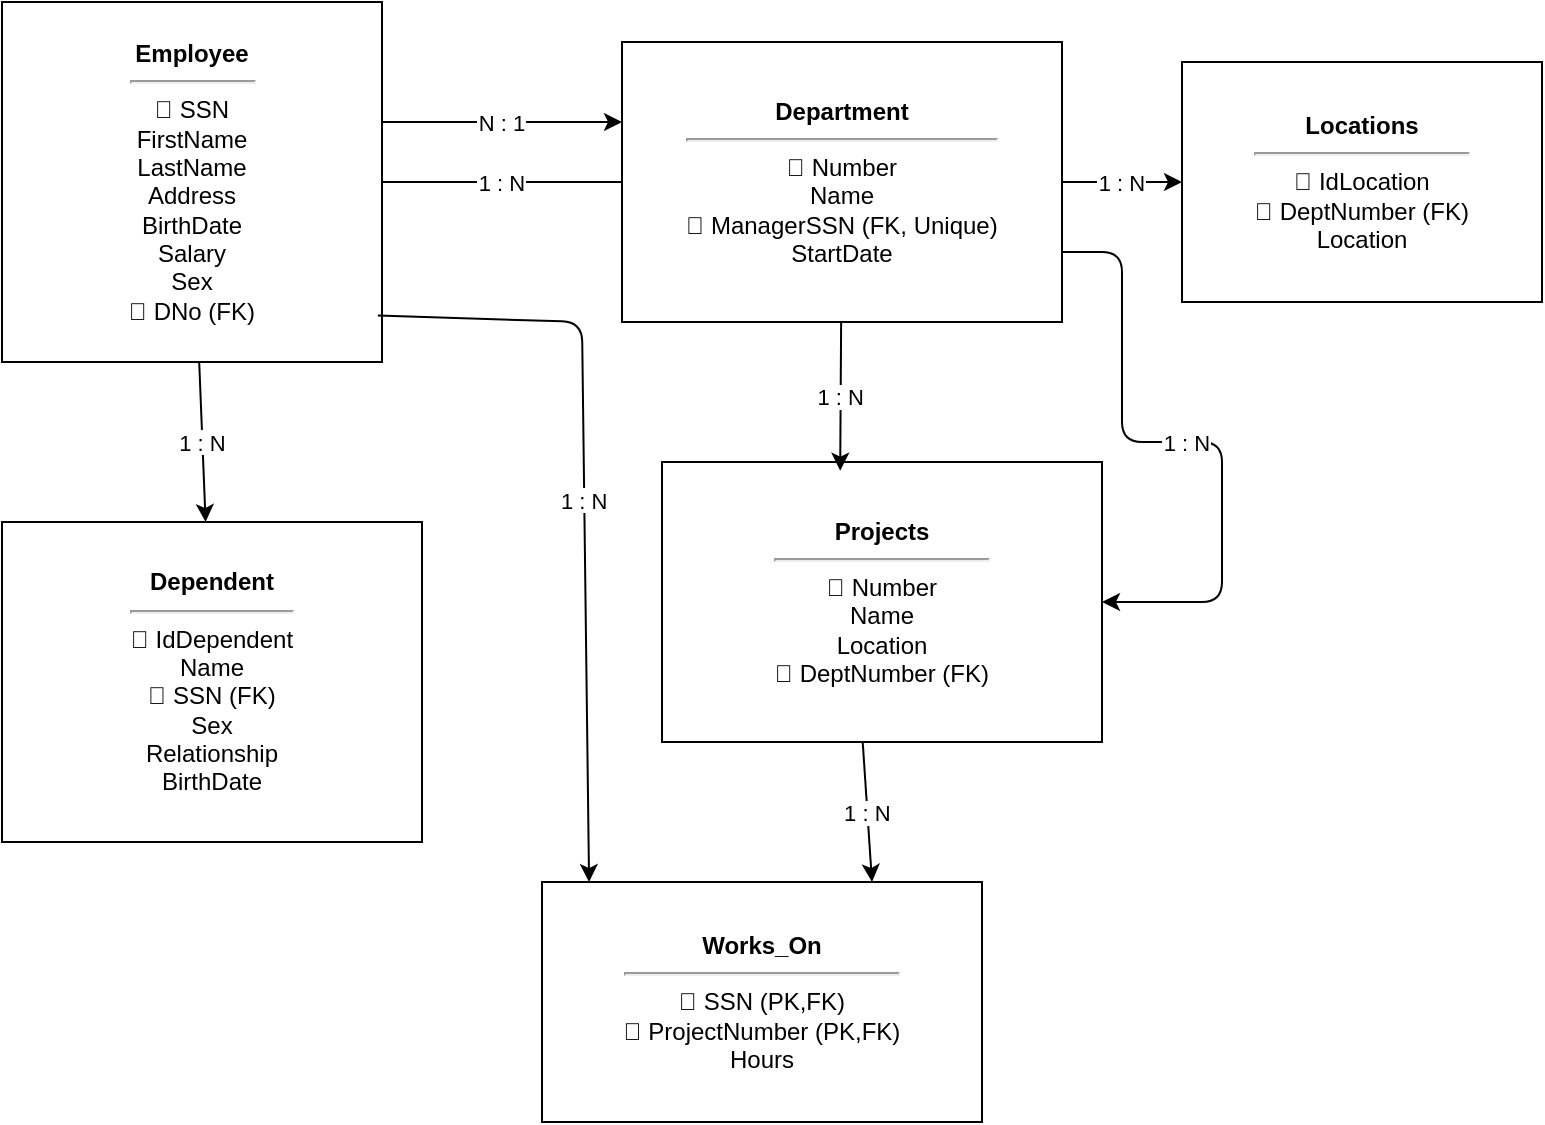
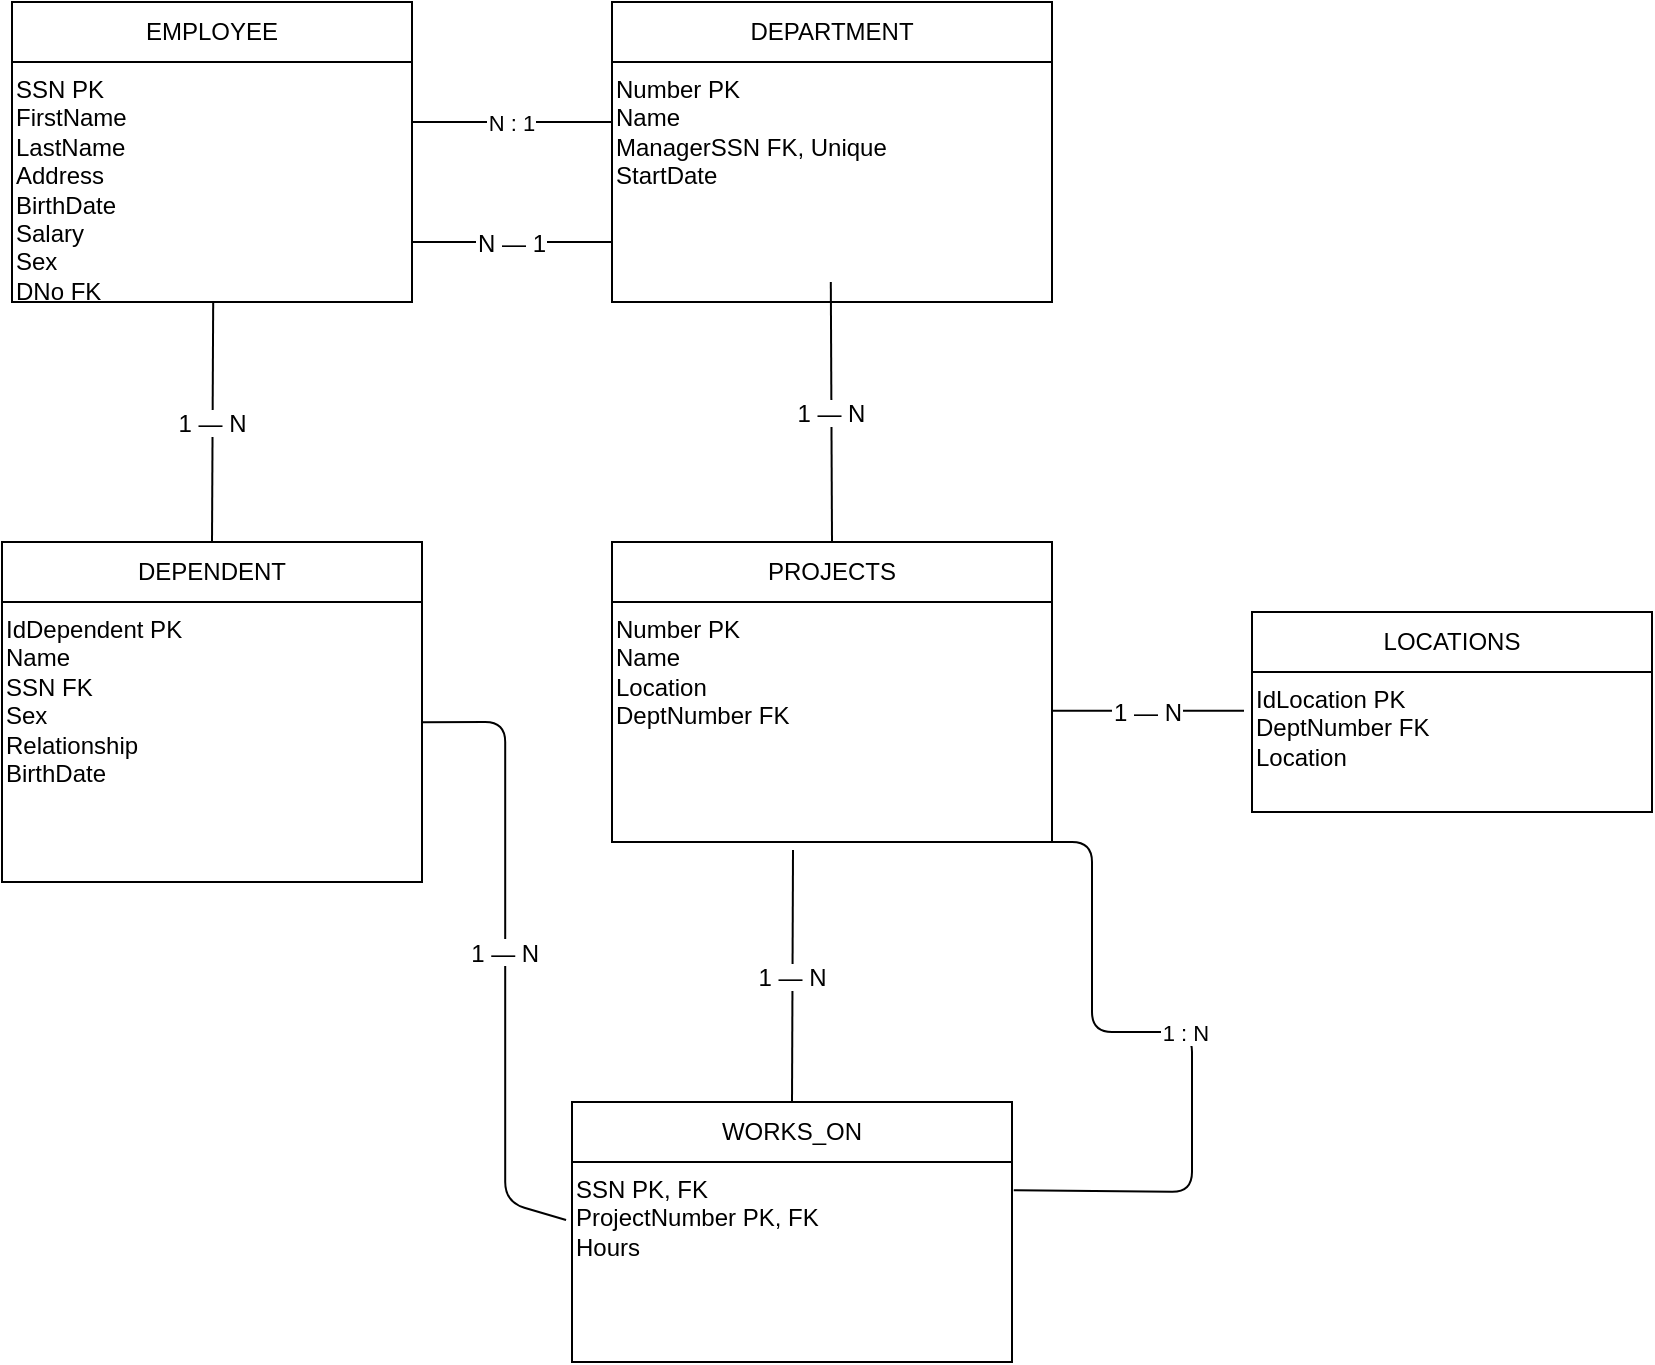
<mxfile host="Electron">
  <diagram name="5R Empresa" id="0">
-     <mxGraphModel dx="1030" dy="722" grid="1" gridSize="10" guides="1" tooltips="1" connect="1" arrows="1" fold="1" page="1" pageScale="1" pageWidth="827" pageHeight="1169" math="0" shadow="0">
+     <mxGraphModel dx="2060" dy="1512" grid="1" gridSize="10" guides="1" tooltips="1" connect="1" arrows="1" fold="1" page="1" pageScale="1" pageWidth="827" pageHeight="1169" math="0" shadow="0">
      <root>
        <mxCell id="0" />
        <mxCell id="1" parent="0" />
-         <mxCell id="emp" parent="1" style="rounded=0;whiteSpace=wrap;html=1;" value="&lt;b&gt;Employee&lt;/b&gt;&lt;hr/&gt;🔑 SSN&lt;br/&gt;FirstName&lt;br/&gt;LastName&lt;br/&gt;Address&lt;br/&gt;BirthDate&lt;br/&gt;Salary&lt;br/&gt;Sex&lt;br/&gt;🔗 DNo (FK)" vertex="1">
-           <mxGeometry height="180" width="190" x="30" y="20" as="geometry" />
+         <mxCell id="QYIC4zYtXjJCjguMYyIS-43" edge="1" parent="1" style="endArrow=none;fontSize=12;" value="1 — N">
+           <mxGeometry relative="1" as="geometry">
+             <mxPoint x="570.0000000000001" y="454.40999999999974" as="sourcePoint" />
+             <mxPoint x="666.0000000000001" y="454.40999999999974" as="targetPoint" />
+           </mxGeometry>
        </mxCell>
-         <mxCell id="dep" parent="1" style="rounded=0;whiteSpace=wrap;html=1;" value="&lt;b&gt;Department&lt;/b&gt;&lt;hr/&gt;🔑 Number&lt;br/&gt;Name&lt;br/&gt;🔗 ManagerSSN (FK, Unique)&lt;br/&gt;StartDate" vertex="1">
-           <mxGeometry height="140" width="220" x="340" y="40" as="geometry" />
+         <mxCell id="QYIC4zYtXjJCjguMYyIS-45" edge="1" parent="1" style="endArrow=none;fontSize=12;entryX=0.5;entryY=0;entryDx=0;entryDy=0;" target="XGoyY2ey9NcbBl4tZxTY-3" value="1 — N">
+           <mxGeometry relative="1" as="geometry">
+             <mxPoint x="150.59714285714315" y="250" as="sourcePoint" />
+             <mxPoint x="149.1685714285716" y="330" as="targetPoint" />
+           </mxGeometry>
        </mxCell>
-         <mxCell id="loc" parent="1" style="rounded=0;whiteSpace=wrap;html=1;" value="&lt;b&gt;Locations&lt;/b&gt;&lt;hr/&gt;🔑 IdLocation&lt;br/&gt;🔗 DeptNumber (FK)&lt;br/&gt;Location" vertex="1">
-           <mxGeometry height="120" width="180" x="620" y="50" as="geometry" />
-         </mxCell>
-         <mxCell id="proj" parent="1" style="rounded=0;whiteSpace=wrap;html=1;" value="&lt;b&gt;Projects&lt;/b&gt;&lt;hr/&gt;🔑 Number&lt;br/&gt;Name&lt;br/&gt;Location&lt;br/&gt;🔗 DeptNumber (FK)" vertex="1">
-           <mxGeometry height="140" width="220" x="360" y="250" as="geometry" />
-         </mxCell>
-         <mxCell id="depen" parent="1" style="rounded=0;whiteSpace=wrap;html=1;" value="&lt;b&gt;Dependent&lt;/b&gt;&lt;hr/&gt;🔑 IdDependent&lt;br/&gt;Name&lt;br/&gt;🔗 SSN (FK)&lt;br/&gt;Sex&lt;br/&gt;Relationship&lt;br/&gt;BirthDate" vertex="1">
-           <mxGeometry height="160" width="210" x="30" y="280" as="geometry" />
-         </mxCell>
-         <mxCell id="works" parent="1" style="rounded=0;whiteSpace=wrap;html=1;" value="&lt;b&gt;Works_On&lt;/b&gt;&lt;hr/&gt;🔗 SSN (PK,FK)&lt;br/&gt;🔗 ProjectNumber (PK,FK)&lt;br/&gt;Hours" vertex="1">
-           <mxGeometry height="120" width="220" x="300" y="460" as="geometry" />
-         </mxCell>
-         <mxCell id="e1" edge="1" parent="1" source="emp" style="shape=wire;dashed=1;endArrow=none;endFill=0;" target="dep" value="1 : N">
-           <mxGeometry relative="1" as="geometry" />
-         </mxCell>
-         <mxCell id="e2" edge="1" parent="1" source="dep" target="loc" value="1 : N">
-           <mxGeometry relative="1" as="geometry" />
-         </mxCell>
-         <mxCell id="e3" edge="1" parent="1" source="dep" style="entryX=0.405;entryY=0.031;entryDx=0;entryDy=0;entryPerimeter=0;" target="proj" value="1 : N">
-           <mxGeometry relative="1" as="geometry" />
-         </mxCell>
-         <mxCell id="e4" edge="1" parent="1" source="emp" target="depen" value="1 : N">
-           <mxGeometry relative="1" as="geometry" />
-         </mxCell>
-         <mxCell id="e5" edge="1" parent="1" source="emp" style="entryX=0.107;entryY=0;entryDx=0;entryDy=0;exitX=0.989;exitY=0.871;exitDx=0;exitDy=0;entryPerimeter=0;exitPerimeter=0;" target="works" value="1 : N">
+         <mxCell id="QYIC4zYtXjJCjguMYyIS-48" edge="1" parent="1" style="exitX=1;exitY=0.75;exitDx=0;exitDy=0;endArrow=none;endFill=0;entryX=1.004;entryY=0.141;entryDx=0;entryDy=0;entryPerimeter=0;" target="XGoyY2ey9NcbBl4tZxTY-15" value="1 : N">
          <mxGeometry relative="1" as="geometry">
            <Array as="points">
-               <mxPoint x="320" y="180" />
+               <mxPoint x="590.0000000000001" y="520" />
+               <mxPoint x="590.0000000000001" y="585" />
+               <mxPoint x="590.0000000000001" y="615" />
+               <mxPoint x="640.0000000000001" y="615" />
+               <mxPoint x="640.0000000000001" y="695" />
            </Array>
+             <mxPoint x="560.0000000000001" y="520" as="sourcePoint" />
+             <mxPoint x="561.0000000000001" y="695" as="targetPoint" />
          </mxGeometry>
        </mxCell>
-         <mxCell id="e6" edge="1" parent="1" source="proj" style="entryX=0.75;entryY=0;entryDx=0;entryDy=0;exitX=0.456;exitY=0.997;exitDx=0;exitDy=0;exitPerimeter=0;" target="works" value="1 : N">
-           <mxGeometry relative="1" as="geometry" />
+         <mxCell id="XGoyY2ey9NcbBl4tZxTY-1" parent="1" style="swimlane;fontStyle=0;childLayout=stackLayout;horizontal=1;startSize=30;             horizontalStack=0;resizeParent=1;resizeParentMax=0;resizeLast=0;             collapsible=1;marginBottom=0;whiteSpace=wrap;html=1;" value="EMPLOYEE" vertex="1">
+           <mxGeometry height="150" width="200" x="50" y="100" as="geometry" />
        </mxCell>
-         <mxCell id="7jChv4YKnBA1-lKXievt-1" edge="1" parent="1" source="dep" style="exitX=1;exitY=0.75;exitDx=0;exitDy=0;" target="proj" value="1 : N">
+         <mxCell id="XGoyY2ey9NcbBl4tZxTY-2" parent="XGoyY2ey9NcbBl4tZxTY-1" style="text;strokeColor=none;fillColor=none;align=left;html=1;" value="SSN PK&#xa;FirstName&#xa;LastName&#xa;Address&#xa;BirthDate&#xa;Salary&#xa;Sex&#xa;DNo FK" vertex="1">
+           <mxGeometry height="120" width="200" y="30" as="geometry" />
+         </mxCell>
+         <mxCell id="XGoyY2ey9NcbBl4tZxTY-3" parent="1" style="swimlane;fontStyle=0;childLayout=stackLayout;horizontal=1;startSize=30;             horizontalStack=0;resizeParent=1;resizeParentMax=0;resizeLast=0;             collapsible=1;marginBottom=0;whiteSpace=wrap;html=1;" value="DEPENDENT" vertex="1">
+           <mxGeometry height="170" width="210" x="45" y="370" as="geometry" />
+         </mxCell>
+         <mxCell id="XGoyY2ey9NcbBl4tZxTY-4" parent="XGoyY2ey9NcbBl4tZxTY-3" style="text;strokeColor=none;fillColor=none;align=left;html=1;" value="IdDependent PK&#xa;Name&#xa;SSN FK&#xa;Sex&#xa;Relationship&#xa;BirthDate" vertex="1">
+           <mxGeometry height="140" width="210" y="30" as="geometry" />
+         </mxCell>
+         <mxCell id="XGoyY2ey9NcbBl4tZxTY-5" parent="1" style="swimlane;fontStyle=0;childLayout=stackLayout;horizontal=1;startSize=30;             horizontalStack=0;resizeParent=1;resizeParentMax=0;resizeLast=0;             collapsible=1;marginBottom=0;whiteSpace=wrap;html=1;" value="DEPARTMENT" vertex="1">
+           <mxGeometry height="150" width="220" x="350" y="100" as="geometry" />
+         </mxCell>
+         <mxCell id="XGoyY2ey9NcbBl4tZxTY-6" parent="XGoyY2ey9NcbBl4tZxTY-5" style="text;strokeColor=none;fillColor=none;align=left;html=1;" value="Number PK&#xa;Name&#xa;ManagerSSN FK, Unique&#xa;StartDate" vertex="1">
+           <mxGeometry height="120" width="220" y="30" as="geometry" />
+         </mxCell>
+         <mxCell id="XGoyY2ey9NcbBl4tZxTY-9" parent="1" style="swimlane;fontStyle=0;childLayout=stackLayout;horizontal=1;startSize=30;             horizontalStack=0;resizeParent=1;resizeParentMax=0;resizeLast=0;             collapsible=1;marginBottom=0;whiteSpace=wrap;html=1;" value="PROJECTS" vertex="1">
+           <mxGeometry height="150" width="220" x="350" y="370" as="geometry" />
+         </mxCell>
+         <mxCell id="XGoyY2ey9NcbBl4tZxTY-10" parent="XGoyY2ey9NcbBl4tZxTY-9" style="text;strokeColor=none;fillColor=none;align=left;html=1;" value="Number PK&#xa;Name&#xa;Location&#xa;DeptNumber FK" vertex="1">
+           <mxGeometry height="120" width="220" y="30" as="geometry" />
+         </mxCell>
+         <mxCell id="XGoyY2ey9NcbBl4tZxTY-11" edge="1" parent="1" style="exitX=1;exitY=0.25;exitDx=0;exitDy=0;entryX=0;entryY=0.25;entryDx=0;entryDy=0;endArrow=none;endFill=0;" target="XGoyY2ey9NcbBl4tZxTY-6" value="N : 1">
+           <mxGeometry relative="1" as="geometry">
+             <mxPoint x="250" y="160" as="sourcePoint" />
+             <mxPoint x="324.42999999999984" y="165" as="targetPoint" />
+           </mxGeometry>
+         </mxCell>
+         <mxCell id="XGoyY2ey9NcbBl4tZxTY-12" edge="1" parent="1" style="endArrow=none;fontSize=12;entryX=0;entryY=0.75;entryDx=0;entryDy=0;" target="XGoyY2ey9NcbBl4tZxTY-6" value="N — 1">
+           <mxGeometry relative="1" as="geometry">
+             <mxPoint x="250" y="220" as="sourcePoint" />
+             <mxPoint x="320" y="220" as="targetPoint" />
+           </mxGeometry>
+         </mxCell>
+         <mxCell id="XGoyY2ey9NcbBl4tZxTY-13" edge="1" parent="1" style="endArrow=none;fontSize=12;entryX=0.5;entryY=0;entryDx=0;entryDy=0;" target="XGoyY2ey9NcbBl4tZxTY-9" value="1 — N">
+           <mxGeometry relative="1" as="geometry">
+             <mxPoint x="459.41" y="240" as="sourcePoint" />
+             <mxPoint x="459.41" y="310" as="targetPoint" />
+           </mxGeometry>
+         </mxCell>
+         <mxCell id="XGoyY2ey9NcbBl4tZxTY-14" parent="1" style="swimlane;fontStyle=0;childLayout=stackLayout;horizontal=1;startSize=30;             horizontalStack=0;resizeParent=1;resizeParentMax=0;resizeLast=0;             collapsible=1;marginBottom=0;whiteSpace=wrap;html=1;" value="WORKS_ON" vertex="1">
+           <mxGeometry height="130" width="220" x="330" y="650" as="geometry" />
+         </mxCell>
+         <mxCell id="XGoyY2ey9NcbBl4tZxTY-15" parent="XGoyY2ey9NcbBl4tZxTY-14" style="text;strokeColor=none;fillColor=none;align=left;html=1;" value="SSN PK, FK&#xa;ProjectNumber PK, FK&#xa;Hours" vertex="1">
+           <mxGeometry height="100" width="220" y="30" as="geometry" />
+         </mxCell>
+         <mxCell id="XGoyY2ey9NcbBl4tZxTY-16" edge="1" parent="1" style="endArrow=none;fontSize=12;exitX=0.992;exitY=0.917;exitDx=0;exitDy=0;exitPerimeter=0;" value="1 — N">
          <mxGeometry relative="1" as="geometry">
            <Array as="points">
-               <mxPoint x="590" y="145" />
-               <mxPoint x="590" y="210" />
-               <mxPoint x="590" y="240" />
-               <mxPoint x="640" y="240" />
-               <mxPoint x="640" y="320" />
+               <mxPoint x="296.5999999999999" y="460" />
+               <mxPoint x="296.5999999999999" y="520" />
+               <mxPoint x="296.5999999999999" y="600" />
+               <mxPoint x="296.5999999999999" y="700" />
            </Array>
-             <mxPoint x="670" y="180" as="sourcePoint" />
-             <mxPoint x="786" y="513" as="targetPoint" />
+             <mxPoint x="255" y="460.08000000000015" as="sourcePoint" />
+             <mxPoint x="327.02999999999975" y="709" as="targetPoint" />
          </mxGeometry>
        </mxCell>
-         <mxCell id="7jChv4YKnBA1-lKXievt-2" edge="1" parent="1" value="N : 1">
+         <mxCell id="XGoyY2ey9NcbBl4tZxTY-17" edge="1" parent="1" style="endArrow=none;fontSize=12;entryX=0.5;entryY=0;entryDx=0;entryDy=0;" target="XGoyY2ey9NcbBl4tZxTY-14" value="1 — N">
          <mxGeometry relative="1" as="geometry">
-             <mxPoint x="220" y="80" as="sourcePoint" />
-             <mxPoint x="340" y="80" as="targetPoint" />
+             <mxPoint x="440.50631578947394" y="524" as="sourcePoint" />
+             <mxPoint x="439.41" y="584.0000000000002" as="targetPoint" />
          </mxGeometry>
+         </mxCell>
+         <mxCell id="XGoyY2ey9NcbBl4tZxTY-18" parent="1" style="swimlane;fontStyle=0;childLayout=stackLayout;horizontal=1;startSize=30;             horizontalStack=0;resizeParent=1;resizeParentMax=0;resizeLast=0;             collapsible=1;marginBottom=0;whiteSpace=wrap;html=1;" value="LOCATIONS" vertex="1">
+           <mxGeometry height="100" width="200" x="670" y="405" as="geometry" />
+         </mxCell>
+         <mxCell id="XGoyY2ey9NcbBl4tZxTY-19" parent="XGoyY2ey9NcbBl4tZxTY-18" style="text;strokeColor=none;fillColor=none;align=left;html=1;" value="IdLocation PK&#xa;DeptNumber FK&#xa;Location" vertex="1">
+           <mxGeometry height="70" width="200" y="30" as="geometry" />
        </mxCell>
      </root>
    </mxGraphModel>
  </diagram>
</mxfile>
